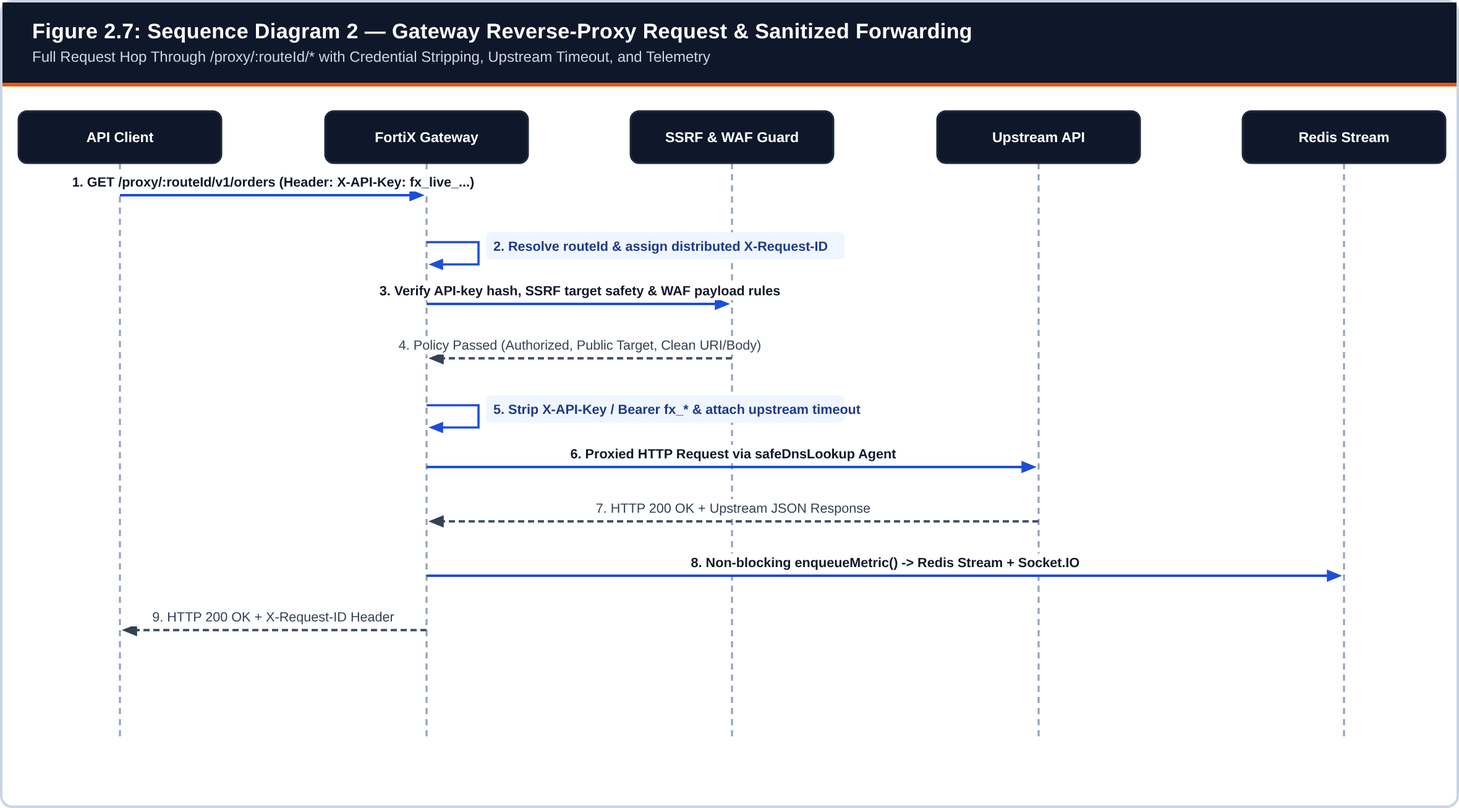
mr-vdnt/FortiX keeps this Mermaid diagram as docs/reports/diagrams/fig08_seq_gateway_proxy.png. Above is the earlier version. Its source is kept beside it as docs/reports/diagrams/fig08_seq_gateway_proxy.mmd.
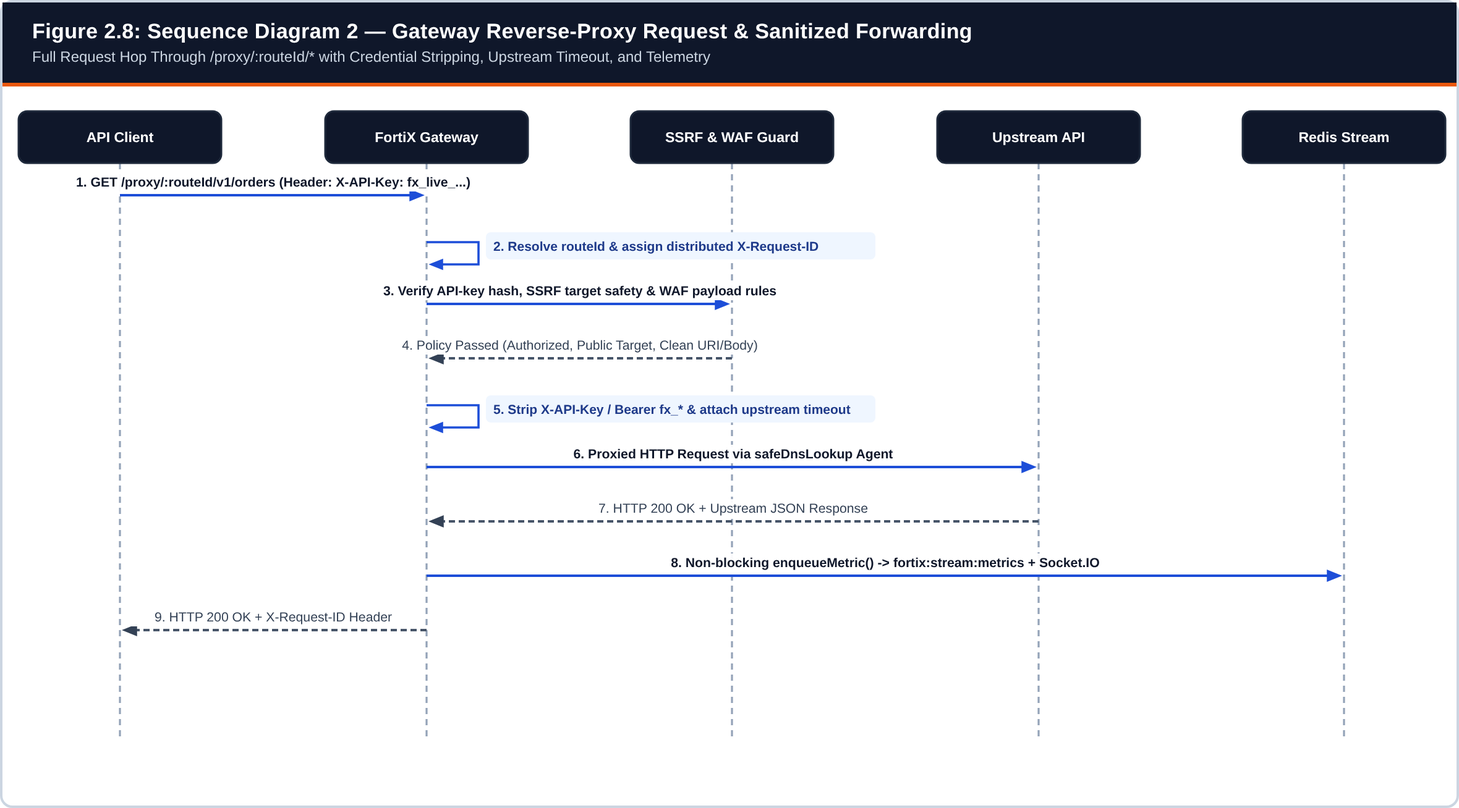
After the change.

What changed in the source:
```diff
@@ -4,5 +4,5 @@
   SSRF & WAF Guard-->>FortiX Gateway: SAFE (No SQLi/XSS/Private IP)
   FortiX Gateway->>Upstream API: Forward GET /v1/orders (Strip X-API-Key, Set Timeout)
   Upstream API-->>FortiX Gateway: 200 OK + JSON Payload
-  FortiX Gateway->>Redis Stream: XADD fortix:telemetry:stream {routeId, latencyMs, 200}
+  FortiX Gateway->>Redis Stream: XADD fortix:stream:metrics {routeId, latencyMs, 200}
   FortiX Gateway-->>API Client: 200 OK + X-Request-ID
```
